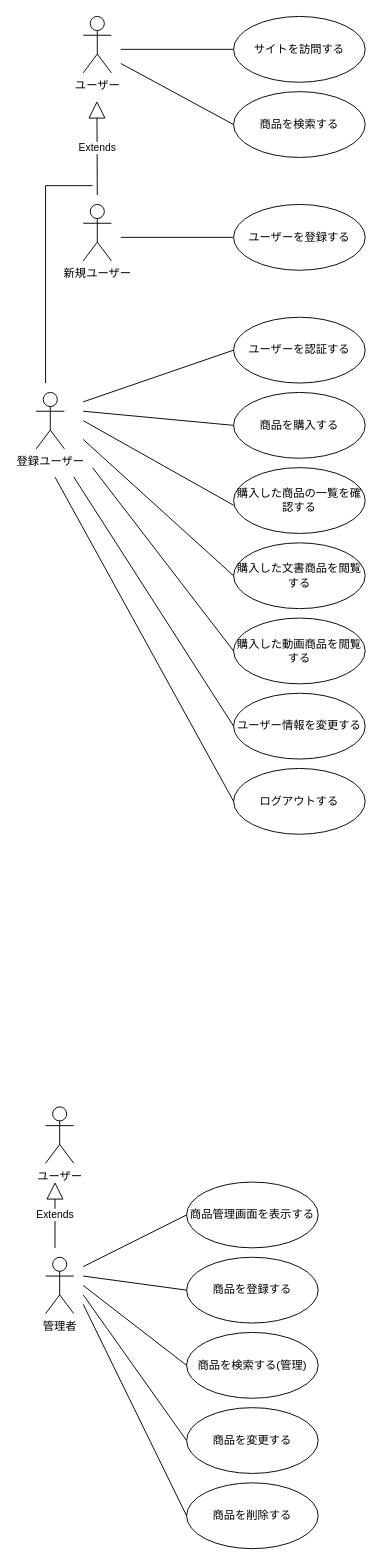
The draw.io diagram 02_概要設計書/ユースケース図/ユースケース図.dio in sealddr/SampleEC-doc, before the edit. Source tidied: cells renumbered, new cells numbered last; positions are measured from the earlier drawing's top-left corner, leaving out a move shared by most shapes. Both pictures are drawn from the tidied source at 94%, with x=0, y=0 at pixel (36, 16).
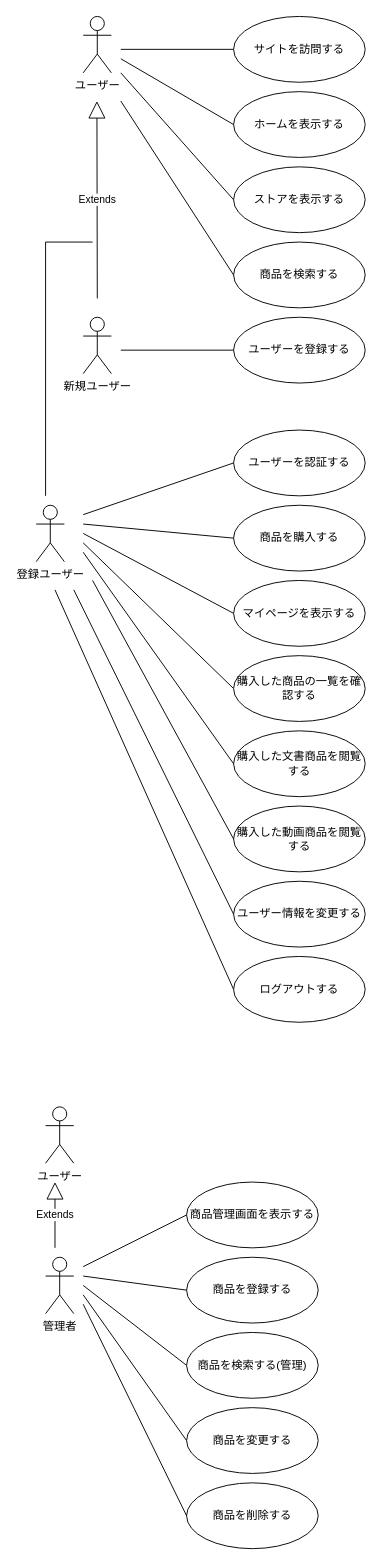
After the change.

Commit message (it also covers changes not shown here):
Added some use cases

Change to the diagram source:
```diff
@@
     <mxCell id="2" value="商品を検索する" style="ellipse;whiteSpace=wrap;html=1;" parent="1" vertex="1">
-      <mxGeometry x="210" y="80" width="140" height="70" as="geometry" />
+      <mxGeometry x="210" y="240" width="140" height="70" as="geometry" />
     </mxCell>
     <mxCell id="3" value="ユーザーを登録する" style="ellipse;whiteSpace=wrap;html=1;" parent="1" vertex="1">
-      <mxGeometry x="210" y="200" width="140" height="70" as="geometry" />
+      <mxGeometry x="210" y="320" width="140" height="70" as="geometry" />
     </mxCell>
@@
     <mxCell id="7" value="商品を購入する" style="ellipse;whiteSpace=wrap;html=1;" parent="1" vertex="1">
-      <mxGeometry x="210" y="400" width="140" height="70" as="geometry" />
+      <mxGeometry x="210" y="520" width="140" height="70" as="geometry" />
     </mxCell>
     <mxCell id="8" value="新規ユーザー" style="shape=umlActor;verticalLabelPosition=bottom;verticalAlign=top;html=1;" parent="1" vertex="1">
-      <mxGeometry x="50" y="200" width="30" height="60" as="geometry" />
+      <mxGeometry x="50" y="320" width="30" height="60" as="geometry" />
     </mxCell>
     <mxCell id="9" value="ユーザー情報を変更する" style="ellipse;whiteSpace=wrap;html=1;" parent="1" vertex="1">
-      <mxGeometry x="210" y="720" width="140" height="70" as="geometry" />
+      <mxGeometry x="210" y="920" width="140" height="70" as="geometry" />
     </mxCell>
     <mxCell id="10" style="endArrow=none;html=1;exitX=0;exitY=0.5;exitDx=0;exitDy=0;" parent="1" edge="1" source="2">
       <mxGeometry relative="1" as="geometry">
-        <mxPoint x="90" y="50" as="targetPoint" />
+        <mxPoint x="90" y="90" as="targetPoint" />
       </mxGeometry>
     </mxCell>
     <mxCell id="11" value="ログアウトする" style="ellipse;whiteSpace=wrap;html=1;" parent="1" vertex="1">
-      <mxGeometry x="210" y="800" width="140" height="70" as="geometry" />
+      <mxGeometry x="210" y="1000" width="140" height="70" as="geometry" />
     </mxCell>
     <mxCell id="12" value="登録ユーザー" style="shape=umlActor;verticalLabelPosition=bottom;verticalAlign=top;html=1;" parent="1" vertex="1">
-      <mxGeometry y="400" width="30" height="60" as="geometry" />
+      <mxGeometry y="520" width="30" height="60" as="geometry" />
     </mxCell>
     <mxCell id="13" value="ユーザーを認証する" style="ellipse;whiteSpace=wrap;html=1;" parent="1" vertex="1">
-      <mxGeometry x="210" y="320" width="140" height="70" as="geometry" />
+      <mxGeometry x="210" y="440" width="140" height="70" as="geometry" />
     </mxCell>
     <mxCell id="14" value="Extends" style="endArrow=block;endSize=16;endFill=0;html=1;" parent="1" edge="1">
       <mxGeometry relative="1" as="geometry">
-        <mxPoint x="65" y="190" as="sourcePoint" />
+        <mxPoint x="65" y="300" as="sourcePoint" />
         <mxPoint x="64.6" y="90" as="targetPoint" />
       </mxGeometry>
     </mxCell>
     <mxCell id="15" style="endArrow=none;html=1;" parent="1" edge="1">
       <mxGeometry relative="1" as="geometry">
-        <mxPoint x="10" y="390" as="sourcePoint" />
-        <mxPoint x="10" y="180" as="targetPoint" />
+        <mxPoint x="10" y="510" as="sourcePoint" />
+        <mxPoint x="10" y="240" as="targetPoint" />
       </mxGeometry>
     </mxCell>
     <mxCell id="16" style="endArrow=none;html=1;" parent="1" edge="1">
       <mxGeometry relative="1" as="geometry">
-        <mxPoint x="10" y="180" as="sourcePoint" />
-        <mxPoint x="60" y="180" as="targetPoint" />
+        <mxPoint x="10" y="240" as="sourcePoint" />
+        <mxPoint x="60" y="240" as="targetPoint" />
       </mxGeometry>
     </mxCell>
     <mxCell id="17" style="endArrow=none;html=1;entryX=0;entryY=0.5;entryDx=0;entryDy=0;" parent="1" edge="1" target="3">
       <mxGeometry relative="1" as="geometry">
-        <mxPoint x="90" y="235" as="sourcePoint" />
+        <mxPoint x="90" y="355" as="sourcePoint" />
       </mxGeometry>
     </mxCell>
     <mxCell id="18" style="endArrow=none;html=1;entryX=0;entryY=0.5;entryDx=0;entryDy=0;" parent="1" edge="1" target="13">
       <mxGeometry relative="1" as="geometry">
-        <mxPoint x="50" y="410" as="sourcePoint" />
+        <mxPoint x="50" y="530" as="sourcePoint" />
       </mxGeometry>
     </mxCell>
     <mxCell id="19" style="endArrow=none;html=1;entryX=0;entryY=0.5;entryDx=0;entryDy=0;" parent="1" edge="1" target="7">
       <mxGeometry relative="1" as="geometry">
-        <mxPoint x="50" y="420" as="sourcePoint" />
+        <mxPoint x="50" y="540" as="sourcePoint" />
       </mxGeometry>
     </mxCell>
-    <mxCell id="20" style="endArrow=none;html=1;" parent="1" edge="1">
+    <mxCell id="20" style="endArrow=none;html=1;entryX=0;entryY=0.5;entryDx=0;entryDy=0;" parent="1" edge="1" target="36">
       <mxGeometry relative="1" as="geometry">
-        <mxPoint x="50" y="430" as="sourcePoint" />
-        <mxPoint x="210" y="520" as="targetPoint" />
+        <mxPoint x="50" y="560" as="sourcePoint" />
       </mxGeometry>
     </mxCell>
     <mxCell id="21" style="endArrow=none;html=1;entryX=0;entryY=0.5;entryDx=0;entryDy=0;" parent="1" edge="1" target="9">
       <mxGeometry relative="1" as="geometry">
-        <mxPoint x="40" y="490" as="sourcePoint" />
+        <mxPoint x="40" y="610" as="sourcePoint" />
       </mxGeometry>
     </mxCell>
     <mxCell id="22" style="endArrow=none;html=1;entryX=0;entryY=0.5;entryDx=0;entryDy=0;" parent="1" edge="1" target="11">
       <mxGeometry relative="1" as="geometry">
-        <mxPoint x="20" y="490" as="sourcePoint" />
+        <mxPoint x="20" y="610" as="sourcePoint" />
       </mxGeometry>
     </mxCell>
@@
     <mxCell id="36" value="購入した商品の一覧を確認する" style="ellipse;whiteSpace=wrap;html=1;" parent="1" vertex="1">
-      <mxGeometry x="210" y="480" width="140" height="70" as="geometry" />
+      <mxGeometry x="210" y="680" width="140" height="70" as="geometry" />
     </mxCell>
     <mxCell id="37" value="購入した文書商品を閲覧する" style="ellipse;whiteSpace=wrap;html=1;" parent="1" vertex="1">
-      <mxGeometry x="210" y="560" width="140" height="70" as="geometry" />
+      <mxGeometry x="210" y="760" width="140" height="70" as="geometry" />
     </mxCell>
     <mxCell id="38" value="購入した動画商品を閲覧する" style="ellipse;whiteSpace=wrap;html=1;" parent="1" vertex="1">
-      <mxGeometry x="210" y="640" width="140" height="70" as="geometry" />
+      <mxGeometry x="210" y="840" width="140" height="70" as="geometry" />
     </mxCell>
     <mxCell id="39" style="endArrow=none;html=1;entryX=0;entryY=0.5;entryDx=0;entryDy=0;" parent="1" edge="1" target="37">
       <mxGeometry relative="1" as="geometry">
-        <mxPoint x="50" y="450" as="sourcePoint" />
+        <mxPoint x="50" y="570" as="sourcePoint" />
       </mxGeometry>
     </mxCell>
     <mxCell id="40" style="endArrow=none;html=1;entryX=0;entryY=0.5;entryDx=0;entryDy=0;" parent="1" edge="1" target="38">
       <mxGeometry relative="1" as="geometry">
-        <mxPoint x="60" y="480" as="sourcePoint" />
+        <mxPoint x="60" y="600" as="sourcePoint" />
       </mxGeometry>
     </mxCell>
+    <mxCell id="41" value="ホームを表示する" style="ellipse;whiteSpace=wrap;html=1;" parent="1" vertex="1">
+      <mxGeometry x="210" y="80" width="140" height="70" as="geometry" />
+    </mxCell>
+    <mxCell id="42" value="ストアを表示する" style="ellipse;whiteSpace=wrap;html=1;" parent="1" vertex="1">
+      <mxGeometry x="210" y="160" width="140" height="70" as="geometry" />
+    </mxCell>
+    <mxCell id="43" style="endArrow=none;html=1;entryX=0;entryY=0.5;entryDx=0;entryDy=0;" parent="1" edge="1" target="41">
+      <mxGeometry relative="1" as="geometry">
+        <mxPoint x="90" y="45" as="sourcePoint" />
+      </mxGeometry>
+    </mxCell>
+    <mxCell id="44" style="endArrow=none;html=1;entryX=0;entryY=0.5;entryDx=0;entryDy=0;" parent="1" edge="1" target="42">
+      <mxGeometry relative="1" as="geometry">
+        <mxPoint x="90" y="60" as="sourcePoint" />
+      </mxGeometry>
+    </mxCell>
+    <mxCell id="45" value="マイページを表示する" style="ellipse;whiteSpace=wrap;html=1;" parent="1" vertex="1">
+      <mxGeometry x="210" y="600" width="140" height="70" as="geometry" />
+    </mxCell>
+    <mxCell id="46" style="endArrow=none;html=1;entryX=0;entryY=0.5;entryDx=0;entryDy=0;" parent="1" edge="1" target="45">
+      <mxGeometry relative="1" as="geometry">
+        <mxPoint x="50" y="550" as="sourcePoint" />
+      </mxGeometry>
+    </mxCell>
```
